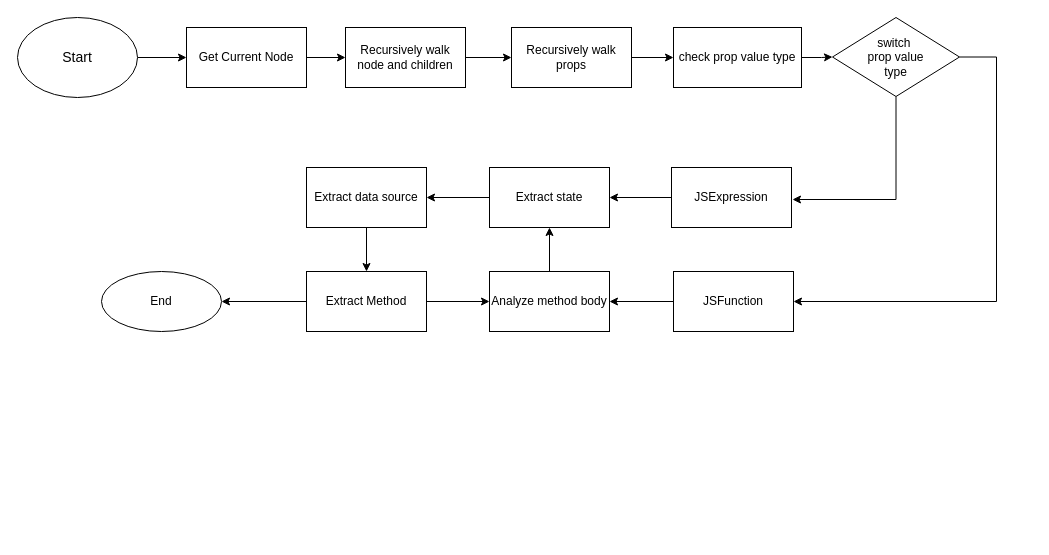
Zsynuting/diagram keeps this draw.io diagram as 未命名绘图.drawio. Above is the earlier version. Source tidied: cells renumbered, new cells numbered last; positions are measured from the earlier drawing's top-left corner, leaving out a move shared by most shapes. Both pictures are drawn from the tidied source at 100%, with x=0, y=0 at pixel (17, 17).
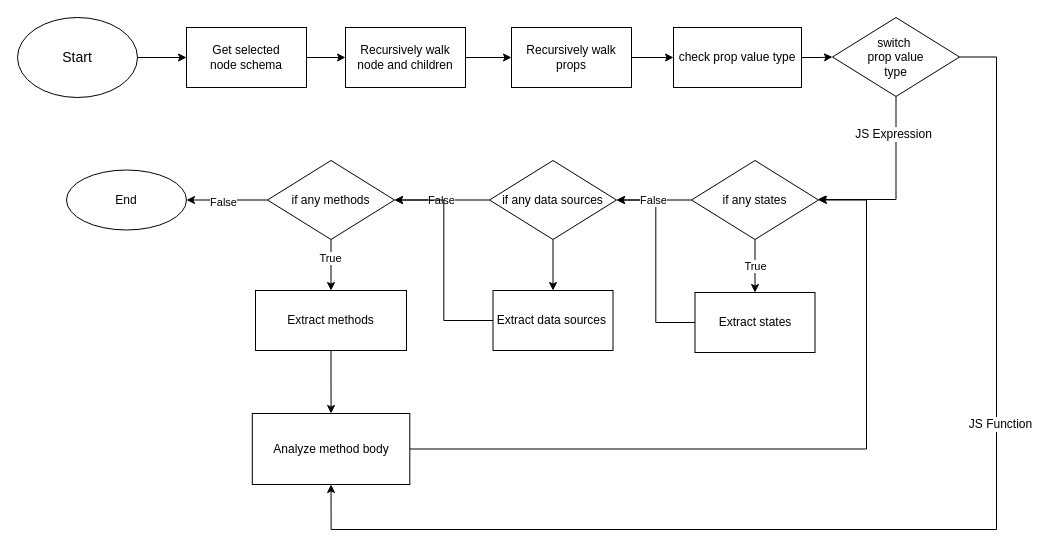
Above is the later version.

Commit message (it also covers changes not shown here):
更新未命名绘图.drawio

Unchanged cells that the change refers to:
```xml
<mxCell id="14" value="switch&amp;nbsp;&lt;br&gt;prop value &lt;br&gt;type" style="rhombus;whiteSpace=wrap;html=1;" parent="1" vertex="1">
  <mxGeometry x="815" width="127" height="79" as="geometry" />
</mxCell>
```

Diff of the diagram source:
```diff
@@
-    <mxCell id="5" value="Get Current Node" style="whiteSpace=wrap;html=1;" parent="1" vertex="1">
+    <mxCell id="5" value="Get selected &lt;br&gt;node schema" style="whiteSpace=wrap;html=1;" parent="1" vertex="1">
       <mxGeometry x="169" y="10" width="120" height="60" as="geometry" />
     </mxCell>
@@
-    <mxCell id="12" style="edgeStyle=orthogonalEdgeStyle;rounded=0;jettySize=auto;html=1;fontSize=14;" parent="1" edge="1" source="14">
+    <mxCell id="12" style="edgeStyle=orthogonalEdgeStyle;rounded=0;jettySize=auto;html=1;fontSize=14;" parent="1" edge="1" source="14" target="35">
       <mxGeometry relative="1" as="geometry">
-        <mxPoint x="775" y="182" as="targetPoint" />
         <Array as="points">
           <mxPoint x="879" y="182" />
+          <mxPoint x="804" y="182" />
         </Array>
       </mxGeometry>
     </mxCell>
+    <mxCell id="29" value="&lt;span style=&quot;font-size: 12px;&quot;&gt;JS Expression&lt;/span&gt;" style="edgeLabel;html=1;align=center;verticalAlign=middle;" parent="12" vertex="1">
+      <mxGeometry x="-0.59" y="-3" relative="1" as="geometry" />
+    </mxCell>
-    <mxCell id="13" style="edgeStyle=orthogonalEdgeStyle;rounded=0;jettySize=auto;html=1;entryX=1;entryY=0.5;entryDx=0;entryDy=0;fontSize=14;" parent="1" edge="1" source="14" target="18">
+    <mxCell id="13" style="edgeStyle=orthogonalEdgeStyle;rounded=0;jettySize=auto;html=1;entryX=0.5;entryY=1;entryDx=0;entryDy=0;fontSize=14;" parent="1" edge="1" source="14" target="27">
       <mxGeometry relative="1" as="geometry">
         <Array as="points">
           <mxPoint x="979" y="40" />
-          <mxPoint x="979" y="284" />
+          <mxPoint x="979" y="512" />
+          <mxPoint x="314" y="512" />
         </Array>
       </mxGeometry>
     </mxCell>
+    <mxCell id="30" value="&lt;span style=&quot;font-size: 12px;&quot;&gt;JS Function&lt;/span&gt;" style="edgeLabel;html=1;align=center;verticalAlign=middle;" parent="13" vertex="1">
+      <mxGeometry x="-0.34" y="3" relative="1" as="geometry">
+        <mxPoint y="1" as="offset" />
+      </mxGeometry>
+    </mxCell>
@@
-    <mxCell id="15" style="edgeStyle=orthogonalEdgeStyle;rounded=0;jettySize=auto;html=1;fontSize=14;" parent="1" edge="1" source="16" target="20">
-      <mxGeometry relative="1" as="geometry" />
-    </mxCell>
-    <mxCell id="16" value="JSExpression" style="whiteSpace=wrap;html=1;" parent="1" vertex="1">
-      <mxGeometry x="654" y="150" width="120" height="60" as="geometry" />
-    </mxCell>
-    <mxCell id="17" style="edgeStyle=orthogonalEdgeStyle;rounded=0;jettySize=auto;html=1;fontSize=14;" parent="1" edge="1" source="18" target="27">
-      <mxGeometry relative="1" as="geometry" />
-    </mxCell>
-    <mxCell id="18" value="JSFunction" style="whiteSpace=wrap;html=1;" parent="1" vertex="1">
-      <mxGeometry x="656" y="254" width="120" height="60" as="geometry" />
-    </mxCell>
-    <mxCell id="19" style="edgeStyle=orthogonalEdgeStyle;rounded=0;jettySize=auto;html=1;fontSize=14;" parent="1" edge="1" source="20" target="22">
-      <mxGeometry relative="1" as="geometry" />
-    </mxCell>
+    <mxCell id="31" style="edgeStyle=orthogonalEdgeStyle;rounded=0;jettySize=auto;html=1;entryX=1;entryY=0.5;entryDx=0;entryDy=0;" parent="1" edge="1" source="20" target="38">
+      <mxGeometry relative="1" as="geometry" />
+    </mxCell>
-    <mxCell id="20" value="Extract state" style="whiteSpace=wrap;html=1;" parent="1" vertex="1">
-      <mxGeometry x="472" y="150" width="120" height="60" as="geometry" />
+    <mxCell id="20" value="Extract states" style="whiteSpace=wrap;html=1;" parent="1" vertex="1">
+      <mxGeometry x="677.5" y="275" width="120" height="60" as="geometry" />
     </mxCell>
-    <mxCell id="21" style="edgeStyle=orthogonalEdgeStyle;rounded=0;jettySize=auto;html=1;fontSize=14;" parent="1" edge="1" source="22" target="25">
-      <mxGeometry relative="1" as="geometry" />
-    </mxCell>
-    <mxCell id="22" value="Extract data source" style="whiteSpace=wrap;html=1;" parent="1" vertex="1">
-      <mxGeometry x="289" y="150" width="120" height="60" as="geometry" />
-    </mxCell>
-    <mxCell id="23" style="edgeStyle=orthogonalEdgeStyle;rounded=0;jettySize=auto;html=1;fontSize=14;" parent="1" edge="1" source="25" target="28">
-      <mxGeometry relative="1" as="geometry" />
-    </mxCell>
@@
-    <mxCell id="25" value="Extract Method" style="whiteSpace=wrap;html=1;" parent="1" vertex="1">
-      <mxGeometry x="289" y="254" width="120" height="60" as="geometry" />
+    <mxCell id="25" value="Extract methods" style="whiteSpace=wrap;html=1;" parent="1" vertex="1">
+      <mxGeometry x="238" y="273" width="151" height="60" as="geometry" />
     </mxCell>
-    <mxCell id="26" style="edgeStyle=orthogonalEdgeStyle;rounded=0;jettySize=auto;html=1;entryX=0.5;entryY=1;entryDx=0;entryDy=0;fontSize=14;" parent="1" edge="1" source="27" target="20">
-      <mxGeometry relative="1" as="geometry" />
-    </mxCell>
+    <mxCell id="32" style="edgeStyle=orthogonalEdgeStyle;rounded=0;jettySize=auto;html=1;entryX=1;entryY=0.5;entryDx=0;entryDy=0;" parent="1" edge="1" source="27" target="35">
+      <mxGeometry relative="1" as="geometry">
+        <Array as="points">
+          <mxPoint x="849" y="432" />
+          <mxPoint x="849" y="183" />
+        </Array>
+      </mxGeometry>
+    </mxCell>
     <mxCell id="27" value="Analyze method body" style="whiteSpace=wrap;html=1;" parent="1" vertex="1">
-      <mxGeometry x="472" y="254" width="120" height="60" as="geometry" />
+      <mxGeometry x="234.8" y="396" width="157.5" height="71" as="geometry" />
     </mxCell>
     <mxCell id="28" value="End" style="ellipse;whiteSpace=wrap;html=1;" parent="1" vertex="1">
-      <mxGeometry x="84" y="254" width="120" height="60" as="geometry" />
+      <mxGeometry x="49" y="152.5" width="120" height="60" as="geometry" />
     </mxCell>
+    <mxCell id="33" value="True" style="edgeStyle=orthogonalEdgeStyle;rounded=0;jettySize=auto;html=1;" parent="1" edge="1" source="35" target="20">
+      <mxGeometry relative="1" as="geometry" />
+    </mxCell>
+    <mxCell id="34" value="False" style="edgeStyle=orthogonalEdgeStyle;rounded=0;jettySize=auto;html=1;" parent="1" edge="1" source="35" target="38">
+      <mxGeometry relative="1" as="geometry" />
+    </mxCell>
+    <mxCell id="35" value="if any states" style="rhombus;whiteSpace=wrap;html=1;" parent="1" vertex="1">
+      <mxGeometry x="674" y="143" width="127" height="79" as="geometry" />
+    </mxCell>
+    <mxCell id="36" style="edgeStyle=orthogonalEdgeStyle;rounded=0;jettySize=auto;html=1;" parent="1" edge="1" source="38" target="40">
+      <mxGeometry relative="1" as="geometry" />
+    </mxCell>
+    <mxCell id="37" value="False" style="edgeStyle=orthogonalEdgeStyle;rounded=0;jettySize=auto;html=1;entryX=1;entryY=0.5;entryDx=0;entryDy=0;" parent="1" edge="1" source="38" target="45">
+      <mxGeometry relative="1" as="geometry" />
+    </mxCell>
+    <mxCell id="38" value="if any data sources" style="rhombus;whiteSpace=wrap;html=1;" parent="1" vertex="1">
+      <mxGeometry x="472" y="143" width="127" height="79" as="geometry" />
+    </mxCell>
+    <mxCell id="39" style="edgeStyle=orthogonalEdgeStyle;rounded=0;jettySize=auto;html=1;entryX=1;entryY=0.5;entryDx=0;entryDy=0;" parent="1" edge="1" source="40" target="45">
+      <mxGeometry relative="1" as="geometry" />
+    </mxCell>
+    <mxCell id="40" value="Extract data sources&amp;nbsp;" style="whiteSpace=wrap;html=1;" parent="1" vertex="1">
+      <mxGeometry x="475.5" y="273" width="120" height="60" as="geometry" />
+    </mxCell>
+    <mxCell id="41" style="edgeStyle=orthogonalEdgeStyle;rounded=0;jettySize=auto;html=1;" parent="1" edge="1" source="45" target="25">
+      <mxGeometry relative="1" as="geometry" />
+    </mxCell>
+    <mxCell id="42" value="True" style="edgeLabel;html=1;align=center;verticalAlign=middle;" parent="41" vertex="1">
+      <mxGeometry x="-0.29" y="-1" relative="1" as="geometry" />
+    </mxCell>
+    <mxCell id="43" style="edgeStyle=orthogonalEdgeStyle;rounded=0;jettySize=auto;html=1;" parent="1" edge="1" source="45" target="28">
+      <mxGeometry relative="1" as="geometry" />
+    </mxCell>
+    <mxCell id="44" value="False" style="edgeLabel;html=1;align=center;verticalAlign=middle;" parent="43" vertex="1">
+      <mxGeometry x="0.11" y="2" relative="1" as="geometry" />
+    </mxCell>
+    <mxCell id="45" value="if any methods" style="rhombus;whiteSpace=wrap;html=1;" parent="1" vertex="1">
+      <mxGeometry x="250" y="143" width="127" height="79" as="geometry" />
+    </mxCell>
```
